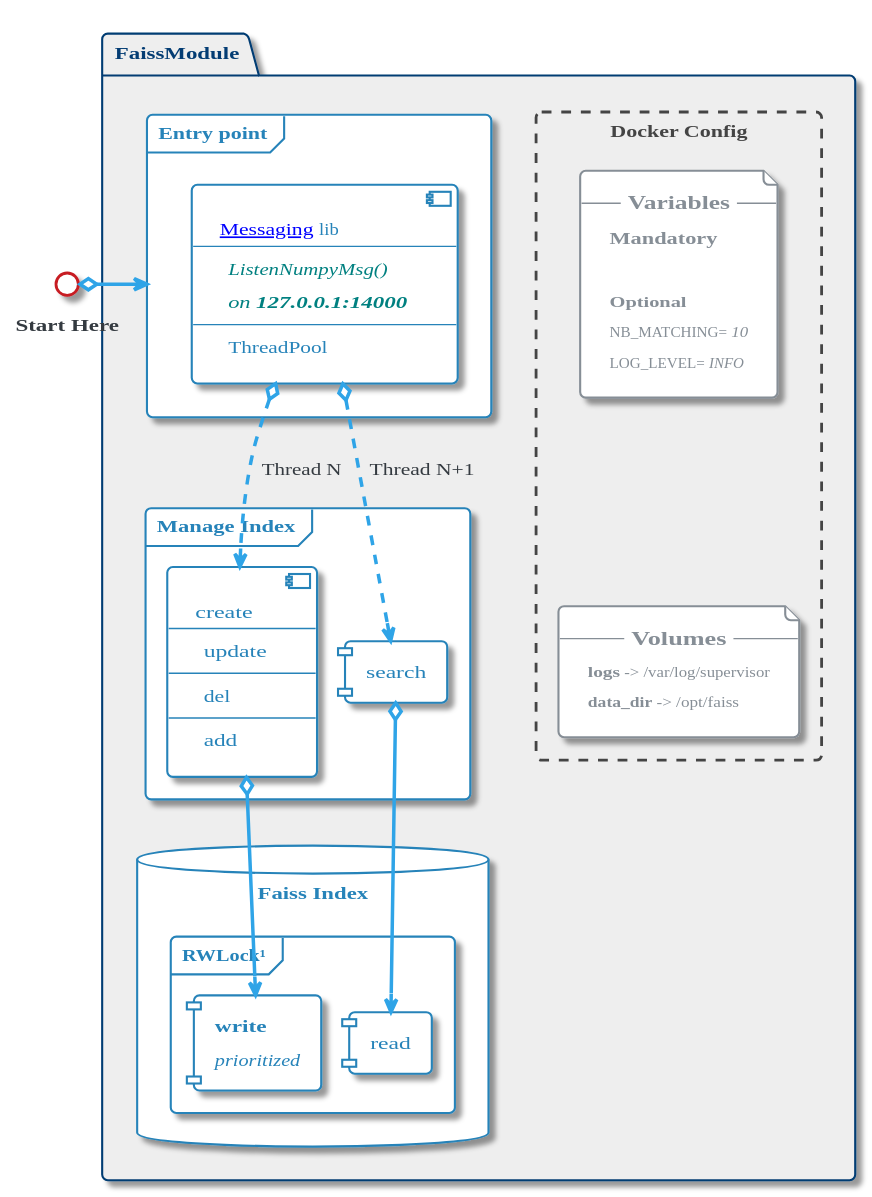
momenttech/maestro-architecture keeps this PlantUML diagram as images/plantuml/FAISS/faiss/FAISS_Full.svg. Above is the earlier version.
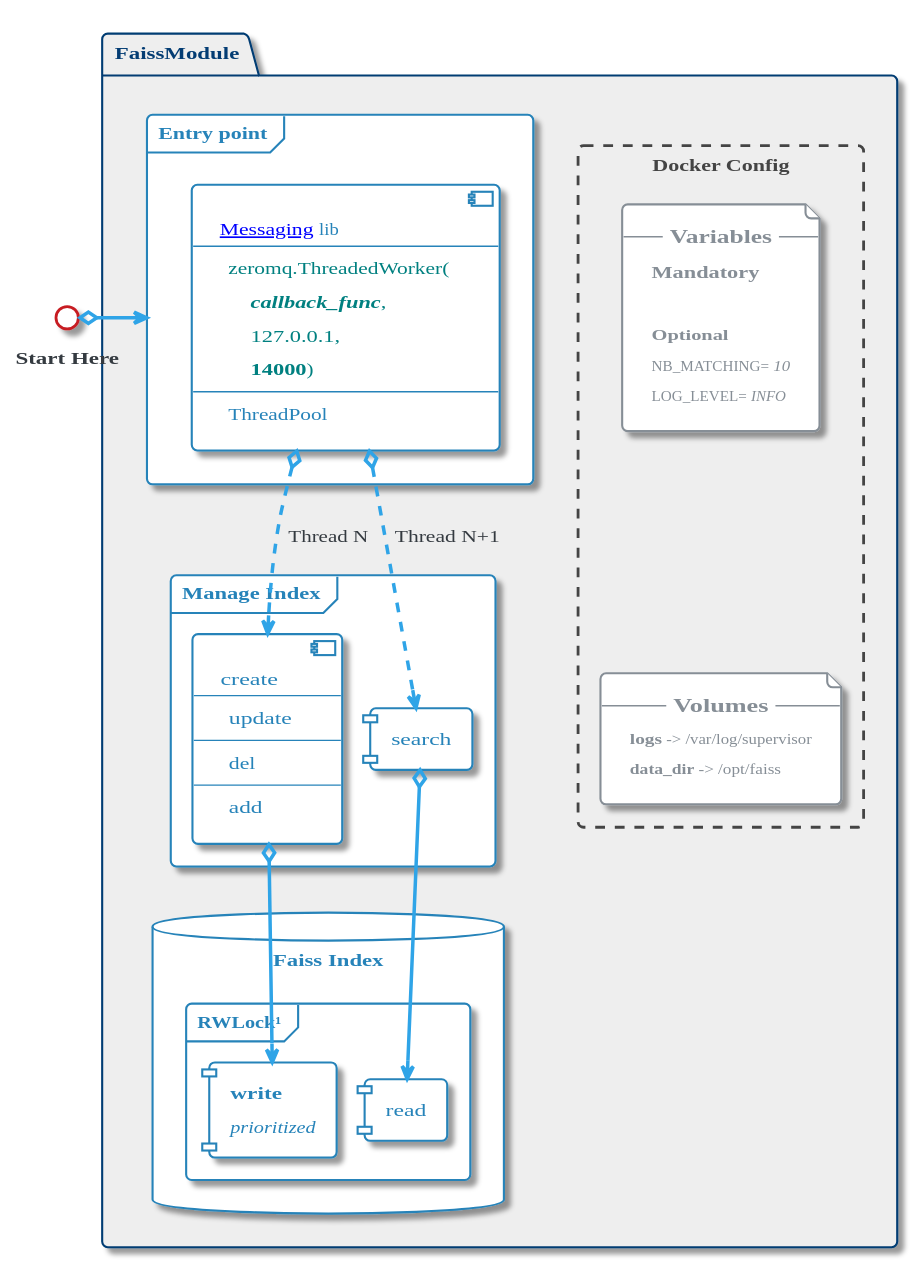
Above is the later version.

The edit, as a diff of the source:
```diff
@@ -1,4 +1,4 @@
-@startuml
+@startuml FAISS_Full
 
 
 
@@ -319,6 +319,7 @@
 
 hide stereotype
 
+skinparam backgroundColor transparent
 !pragma horizontalLineBetweenDifferentPackageAllowed
 
 skinparam file<<NOTE>> {
@@ -412,8 +413,10 @@
             component FAISS_MSG_C [
                 [[http://10.165.64.205/AI/Messaging Messaging]] lib
                 ----
-                <i><color:teal>ListenNumpyMsg()</color></i>
-                <i><color:teal>on <b>127.0.0.1:14000</b></color></i>
+                <color:teal>zeromq.ThreadedWorker(</color>
+                <color:teal>    <i><b>callback_func</b></i>,</color>
+                <color:teal>    127.0.0.1,</color>
+                <color:teal>    <b>14000</b>)</color>
                 ----
                 ThreadPool
                 ]
```
